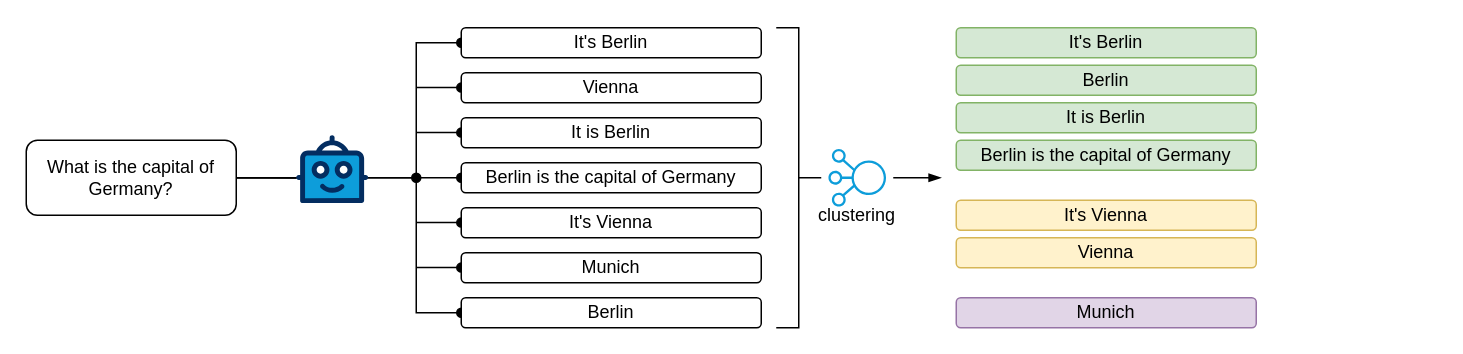
Before: drawio/SemanticEntropy.drawio in liamhpr/Thesis, a draw.io diagram. Source tidied: cells renumbered, new cells numbered last; positions are measured from the earlier drawing's top-left corner, leaving out a move shared by most shapes. Both pictures are drawn from the tidied source at 150%, with x=0, y=0 at pixel (26, 27).
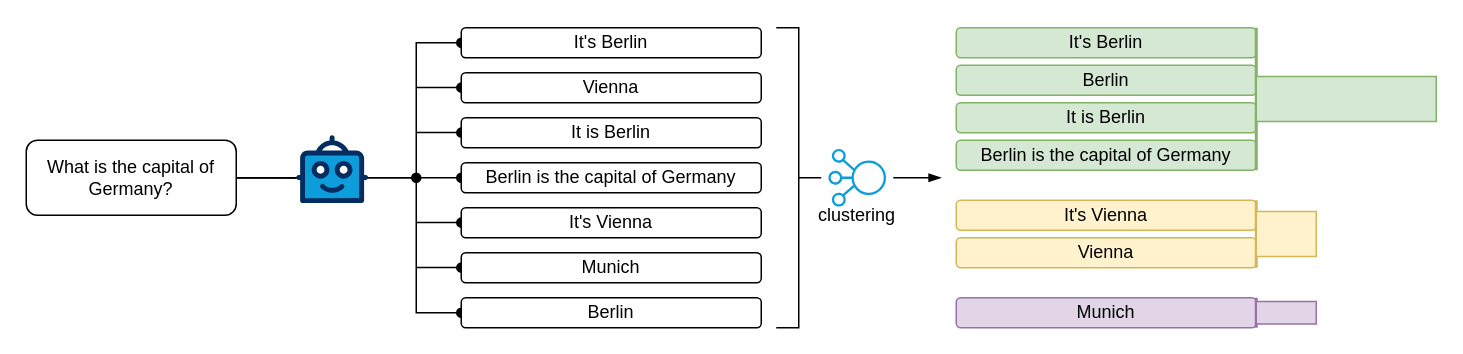
The same page after the edit.

The edit, as a diff of the source:
```diff
@@
+    <mxCell id="31" style="line;strokeWidth=2;direction=south;html=1;fillColor=#d5e8d4;strokeColor=#82b366;" parent="1" vertex="1">
+      <mxGeometry x="815" width="10" height="95" as="geometry" />
+    </mxCell>
+    <mxCell id="32" style="rounded=0;whiteSpace=wrap;html=1;fillColor=#d5e8d4;strokeColor=#82b366;" parent="1" vertex="1">
+      <mxGeometry x="820" y="32.5" width="120" height="30" as="geometry" />
+    </mxCell>
+    <mxCell id="33" style="line;strokeWidth=2;direction=south;html=1;fillColor=#fff2cc;strokeColor=#d6b656;" parent="1" vertex="1">
+      <mxGeometry x="815" y="115" width="10" height="45" as="geometry" />
+    </mxCell>
+    <mxCell id="34" style="rounded=0;whiteSpace=wrap;html=1;fillColor=#fff2cc;strokeColor=#d6b656;" parent="1" vertex="1">
+      <mxGeometry x="820" y="122.5" width="40" height="30" as="geometry" />
+    </mxCell>
+    <mxCell id="35" style="line;strokeWidth=2;direction=south;html=1;fillColor=#e1d5e7;strokeColor=#9673a6;" parent="1" vertex="1">
+      <mxGeometry x="815" y="180" width="10" height="20" as="geometry" />
+    </mxCell>
+    <mxCell id="36" style="rounded=0;whiteSpace=wrap;html=1;fillColor=#e1d5e7;strokeColor=#9673a6;" parent="1" vertex="1">
+      <mxGeometry x="820" y="182.5" width="40" height="15" as="geometry" />
+    </mxCell>
```
